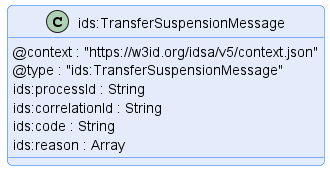
Before: transfer/message/diagram/transfer-suspension-message.png, a diagram exported from PlantUML (International-Data-Spaces-Association/ids-specification). Source of this version:
```plantuml
@startuml "transfer-suspension-message"
!pragma layout smetana

!include ../../diagrams/diagram.styles.puml

hide empty description


class "ids:TransferSuspensionMessage" {
    @context : "https://w3id.org/idsa/v5/context.json"
    @type : "ids:TransferSuspensionMessage"
    ids:processId : String
    ids:correlationId : String
    ids:code : String
    ids:reason : Array
}

@enduml
```
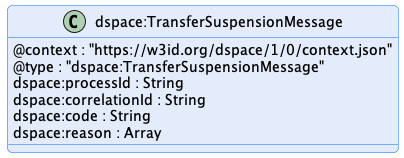
Above is the later version.

Change to the diagram source:
```diff
@@ -1,18 +1,18 @@
 @startuml "transfer-suspension-message"
 !pragma layout smetana
 
-!include ../../diagrams/diagram.styles.puml
+!include ../../../common/style/diagram.styles.puml
 
 hide empty description
 
 
-class "ids:TransferSuspensionMessage" {
-    @context : "https://w3id.org/idsa/v5/context.json"
-    @type : "ids:TransferSuspensionMessage"
-    ids:processId : String
-    ids:correlationId : String
-    ids:code : String
-    ids:reason : Array
+class "dspace:TransferSuspensionMessage" {
+    @context : "https://w3id.org/dspace/1/0/context.json"
+    @type : "dspace:TransferSuspensionMessage"
+    dspace:processId : String
+    dspace:correlationId : String
+    dspace:code : String
+    dspace:reason : Array
 }
 
 @enduml
```
